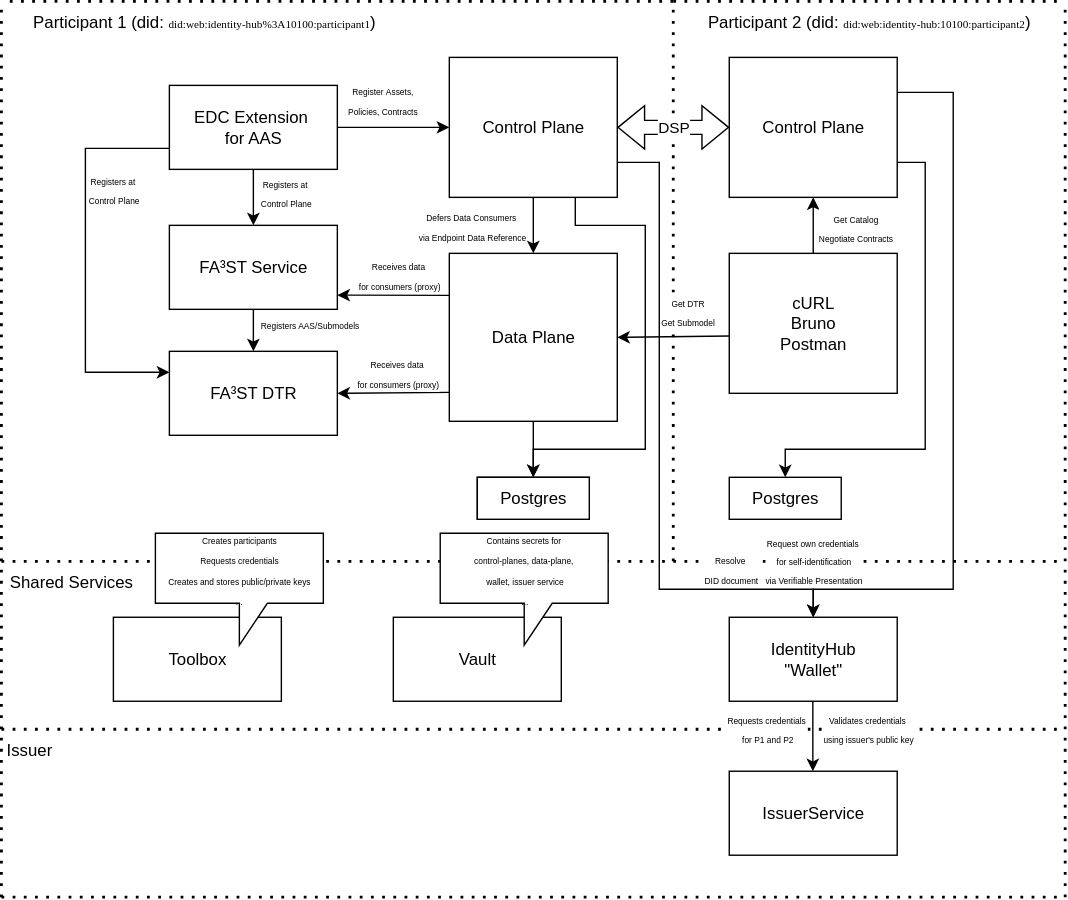
Above: samples/hercules/docs/architecture.drawio.svg in FraunhoferIOSB/EDC-Extension-for-AAS (draw.io), before the change. Source tidied: cells renumbered, new cells last; positions are measured from the earlier drawing's top-left corner, leaving out a move shared by most shapes.
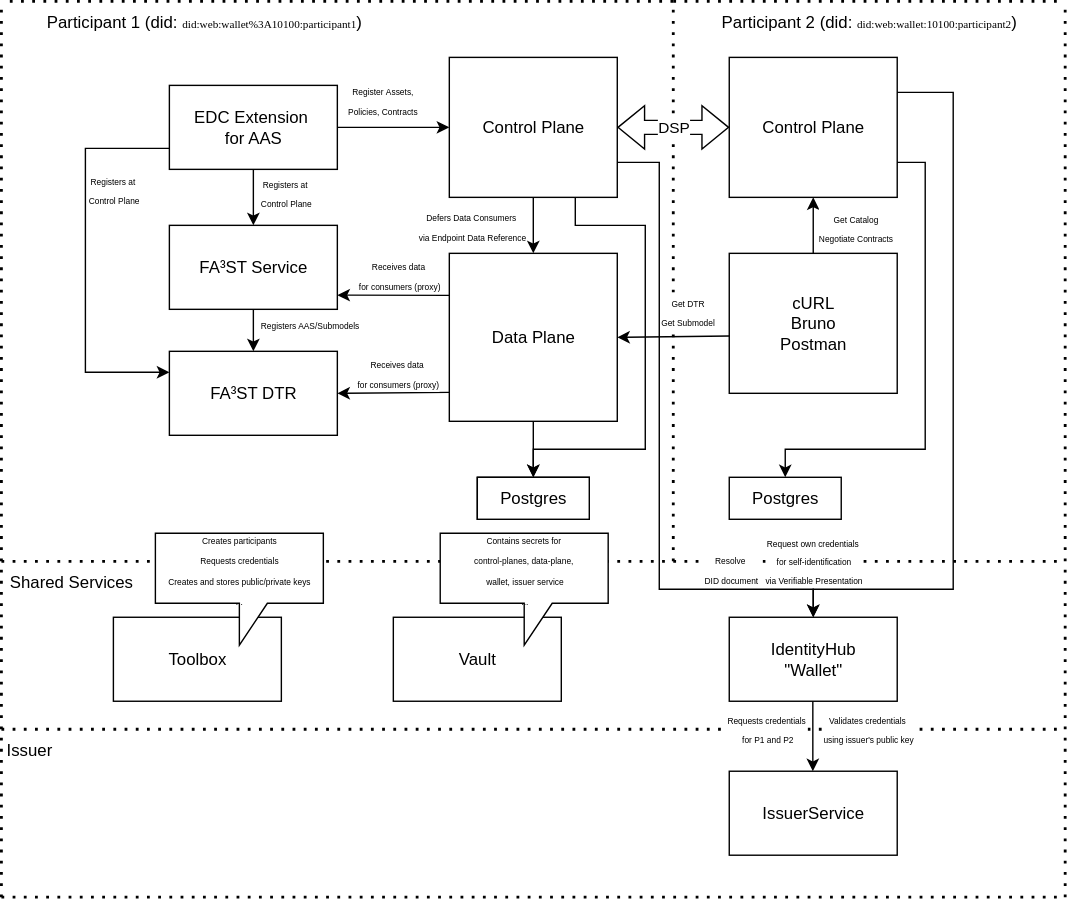
After the change.

Change to the diagram source:
```diff
@@ -76,10 +76,10 @@
         <mxPoint x="480" as="targetPoint" />
       </mxGeometry>
     </mxCell>
-    <mxCell id="20" value="Participant 1 (did: &lt;font face=&quot;Consolas&quot; style=&quot;font-size: 8px;&quot;&gt;did:web:identity-hub%3A10100:participant1&lt;/font&gt;)" style="text;html=1;whiteSpace=wrap;strokeColor=none;fillColor=none;align=center;verticalAlign=middle;rounded=0;" parent="1" vertex="1">
+    <mxCell id="20" value="Participant 1 (did: &lt;font face=&quot;Consolas&quot; style=&quot;font-size: 8px;&quot;&gt;did:web:wallet%3A10100:participant1&lt;/font&gt;)" style="text;html=1;whiteSpace=wrap;strokeColor=none;fillColor=none;align=center;verticalAlign=middle;rounded=0;" parent="1" vertex="1">
       <mxGeometry width="290" height="30" as="geometry" />
     </mxCell>
-    <mxCell id="21" value="Participant 2 (did: &lt;font face=&quot;Consolas&quot; style=&quot;font-size: 8px;&quot;&gt;did:web:identity-hub:10100:participant2&lt;/font&gt;)" style="text;html=1;whiteSpace=wrap;strokeColor=none;fillColor=none;align=center;verticalAlign=middle;rounded=0;" parent="1" vertex="1">
+    <mxCell id="21" value="Participant 2 (did: &lt;font face=&quot;Consolas&quot; style=&quot;font-size: 8px;&quot;&gt;did:web:wallet:10100:participant2&lt;/font&gt;)" style="text;html=1;whiteSpace=wrap;strokeColor=none;fillColor=none;align=center;verticalAlign=middle;rounded=0;" parent="1" vertex="1">
       <mxGeometry x="480" width="280" height="30" as="geometry" />
     </mxCell>
     <mxCell id="22" value="Control Plane" style="rounded=0;whiteSpace=wrap;html=1;" parent="1" vertex="1">
```
